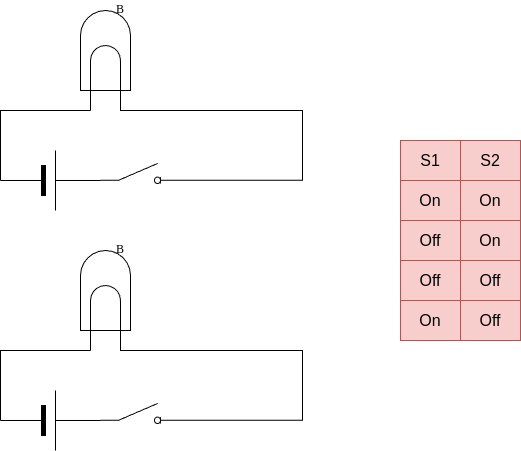
Above: TwoSwitches.png in saumitraj/pythonforschool (draw.io), before the change. Source tidied: cells renumbered, new cells last; positions are measured from the earlier drawing's top-left corner, leaving out a move shared by most shapes.
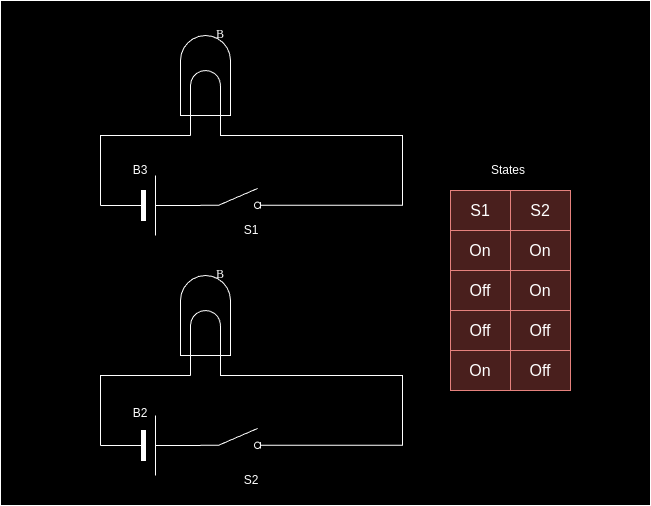
Above is the later version.

Diff of the diagram source:
```diff
@@ -2,8 +2,11 @@
   <root>
     <mxCell id="0" />
     <mxCell id="1" parent="0" />
+    <mxCell id="33" style="rounded=0;whiteSpace=wrap;html=1;" parent="1" vertex="1">
+      <mxGeometry x="-100" y="-25" width="650" height="505" as="geometry" />
+    </mxCell>
     <mxCell id="2" style="group;" parent="1" vertex="1">
-      <mxGeometry width="302" height="210" as="geometry" />
+      <mxGeometry width="302" height="220" as="geometry" />
     </mxCell>
     <mxCell id="3" style="edgeStyle=orthogonalEdgeStyle;rounded=0;html=1;entryX=0.2;entryY=1;entryPerimeter=0;labelBackgroundColor=none;startArrow=none;startFill=0;startSize=5;endArrow=none;endFill=0;endSize=5;jettySize=auto;strokeWidth=1;fontFamily=Verdana;fontSize=12;entryDx=0;entryDy=0;" parent="2" edge="1" target="6">
       <mxGeometry relative="1" as="geometry">
@@ -35,8 +38,14 @@
     <mxCell id="8" style="html=1;shape=mxgraph.electrical.electro-mechanical.switchDisconnector;elSwitchState=off;" parent="2" vertex="1">
       <mxGeometry x="100" y="163" width="75" height="20" as="geometry" />
     </mxCell>
+    <mxCell id="34" value="S1" style="text;html=1;align=center;verticalAlign=middle;whiteSpace=wrap;rounded=0;" parent="2" vertex="1">
+      <mxGeometry x="121" y="190" width="60" height="30" as="geometry" />
+    </mxCell>
+    <mxCell id="35" value="B3" style="text;html=1;align=center;verticalAlign=middle;whiteSpace=wrap;rounded=0;" parent="2" vertex="1">
+      <mxGeometry x="10" y="130" width="60" height="30" as="geometry" />
+    </mxCell>
     <mxCell id="9" style="group;" parent="1" vertex="1">
-      <mxGeometry y="240" width="302" height="210" as="geometry" />
+      <mxGeometry y="240" width="302" height="230" as="geometry" />
     </mxCell>
     <mxCell id="10" style="edgeStyle=orthogonalEdgeStyle;rounded=0;html=1;entryX=0.2;entryY=1;entryPerimeter=0;labelBackgroundColor=none;startArrow=none;startFill=0;startSize=5;endArrow=none;endFill=0;endSize=5;jettySize=auto;strokeWidth=1;fontFamily=Verdana;fontSize=12;entryDx=0;entryDy=0;" parent="9" edge="1" target="13">
       <mxGeometry relative="1" as="geometry">
@@ -68,11 +77,17 @@
     <mxCell id="15" style="html=1;shape=mxgraph.electrical.electro-mechanical.switchDisconnector;elSwitchState=off;" parent="9" vertex="1">
       <mxGeometry x="100" y="163" width="75" height="20" as="geometry" />
     </mxCell>
+    <mxCell id="36" value="S2" style="text;html=1;align=center;verticalAlign=middle;whiteSpace=wrap;rounded=0;" parent="9" vertex="1">
+      <mxGeometry x="121" y="200" width="60" height="30" as="geometry" />
+    </mxCell>
+    <mxCell id="37" value="B2" style="text;html=1;align=center;verticalAlign=middle;whiteSpace=wrap;rounded=0;" parent="9" vertex="1">
+      <mxGeometry x="10" y="133" width="60" height="30" as="geometry" />
+    </mxCell>
     <mxCell id="16" style="shape=tableRow;horizontal=0;startSize=0;swimlaneHead=0;swimlaneBody=0;strokeColor=inherit;top=0;left=0;bottom=0;right=0;fillColor=none;fontSize=16;" parent="1" vertex="1">
       <mxGeometry x="370" y="100" width="60" height="40" as="geometry" />
     </mxCell>
     <mxCell id="17" style="shape=table;startSize=0;fontSize=16;fillColor=#f8cecc;strokeColor=#b85450;" parent="1" vertex="1">
-      <mxGeometry x="400" y="140" width="120" height="200" as="geometry" />
+      <mxGeometry x="350" y="165" width="120" height="200" as="geometry" />
     </mxCell>
     <mxCell id="18" style="shape=tableRow;horizontal=0;startSize=0;swimlaneHead=0;swimlaneBody=0;strokeColor=inherit;top=0;left=0;bottom=0;right=0;fillColor=none;fontSize=16;" parent="17" vertex="1">
       <mxGeometry width="120" height="40" as="geometry" />
@@ -119,5 +134,8 @@
     <mxCell id="32" value="Off" style="shape=partialRectangle;html=1;whiteSpace=wrap;strokeColor=inherit;overflow=hidden;fillColor=none;top=0;left=0;bottom=0;right=0;fontSize=16;" parent="30" vertex="1">
       <mxGeometry x="60" width="60" height="40" as="geometry" />
     </mxCell>
+    <mxCell id="38" value="States" style="text;html=1;align=center;verticalAlign=middle;whiteSpace=wrap;rounded=0;" parent="1" vertex="1">
+      <mxGeometry x="378" y="130" width="60" height="30" as="geometry" />
+    </mxCell>
   </root>
 </mxGraphModel>
```
